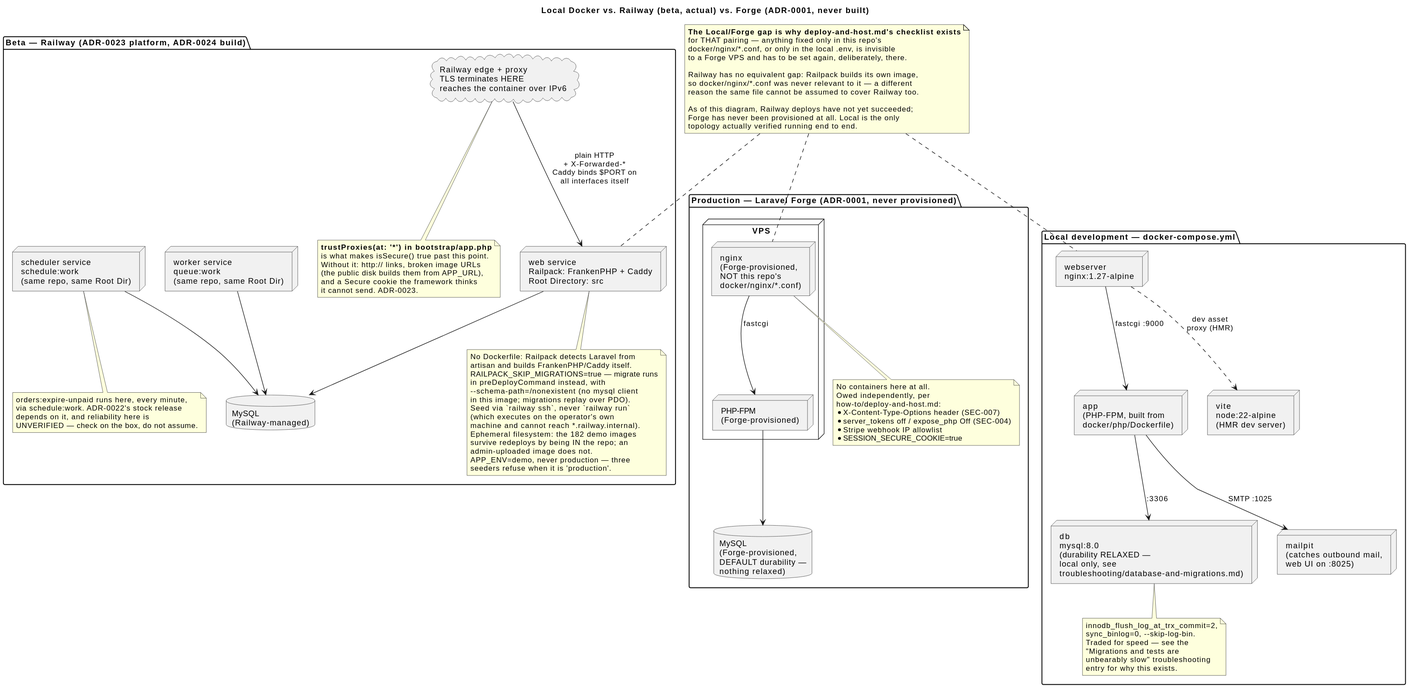
StefanMarinkov05/Amazoff-PHP keeps this PlantUML diagram as docs/reference/diagrams/deployment/deployment.svg. Above is the earlier version.
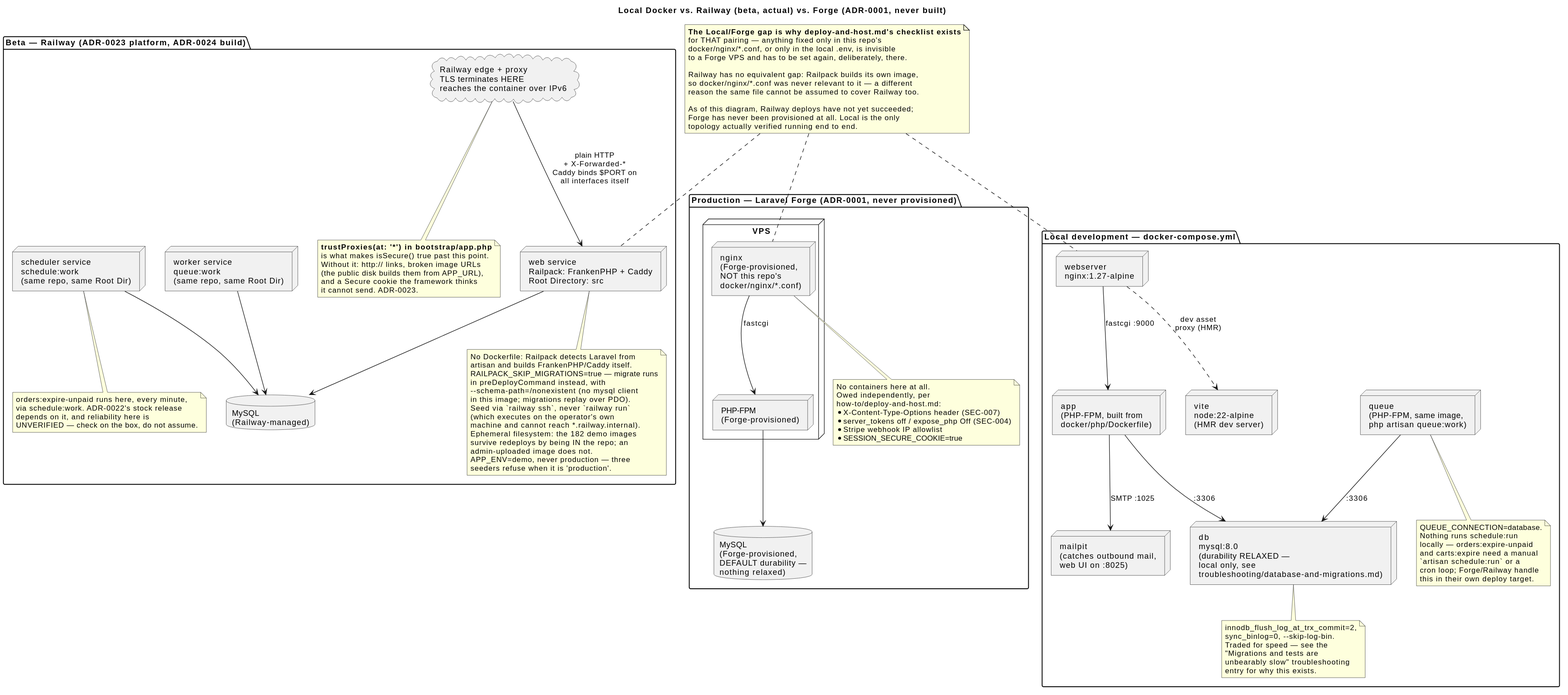
Above is the later version.

Commit message:
docs(diagrams): add the hydration-crash layer and local queue worker

Diff of the diagram source:
```diff
@@ -8,11 +8,23 @@
   node "db\nmysql:8.0\n(durability RELAXED —\nlocal only, see\ntroubleshooting/database-and-migrations.md)" as LocalDB
   node "vite\nnode:22-alpine\n(HMR dev server)" as LocalVite
   node "mailpit\n(catches outbound mail,\nweb UI on :8025)" as LocalMail
+  node "queue\n(PHP-FPM, same image,\nphp artisan queue:work)" as LocalQueue
 
   LocalNginx --> LocalApp : fastcgi :9000
   LocalApp --> LocalDB : :3306
   LocalApp --> LocalMail : SMTP :1025
   LocalNginx ..> LocalVite : dev asset\nproxy (HMR)
+  LocalQueue --> LocalDB : :3306
+
+  note bottom of LocalQueue
+    QUEUE_CONNECTION=database.
+    Nothing runs schedule:run
+    locally — orders:expire-unpaid
+    and carts:expire need a manual
+    `artisan schedule:run` or a
+    cron loop; Forge/Railway handle
+    this in their own deploy target.
+  end note
 
   note bottom of LocalDB
     innodb_flush_log_at_trx_commit=2,
```
